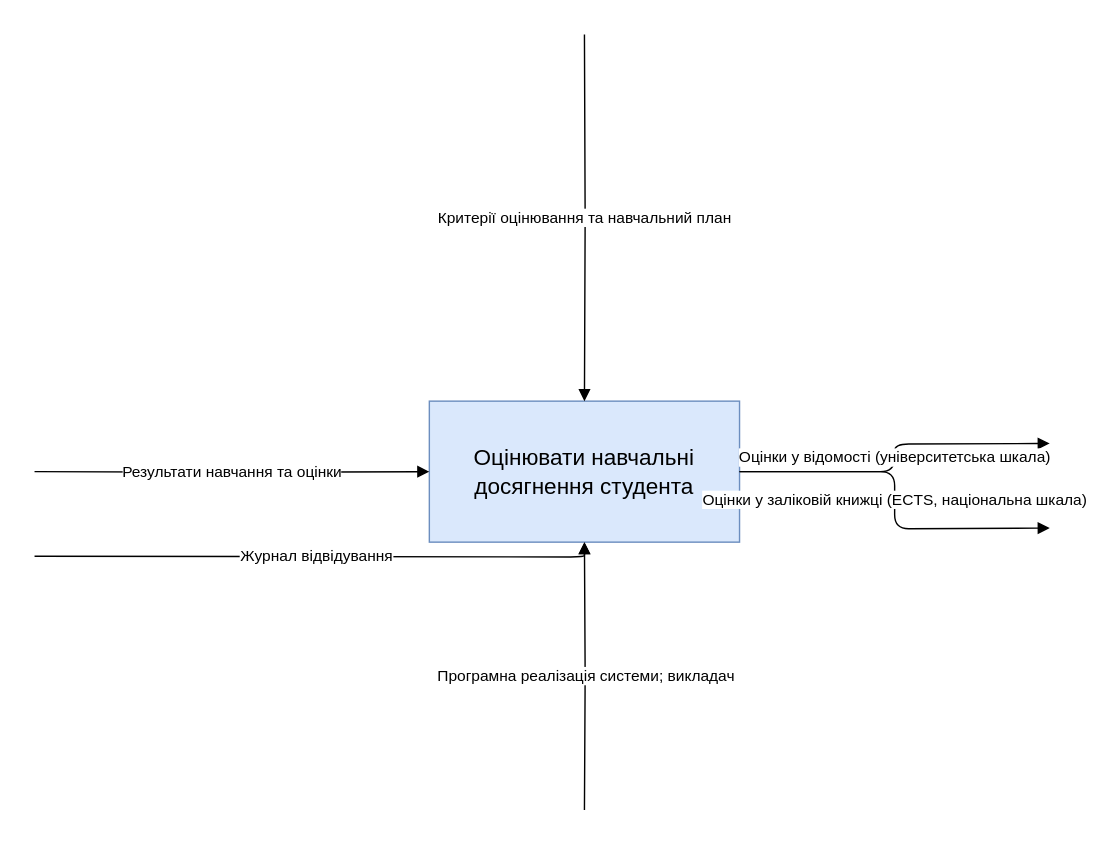
Earlier version of the draw.io diagram page "A-0 Контекстна діаграма" (1 of 4) of Lab1.drawio (MikeSydo/Development-and-Design-of-Information-Systems). Source tidied: cells renumbered, new cells numbered last; positions are measured from the earlier drawing's top-left corner, leaving out a move shared by most shapes. Both pictures are drawn from the tidied source at 141%, with x=0, y=0 at pixel (34, 34).
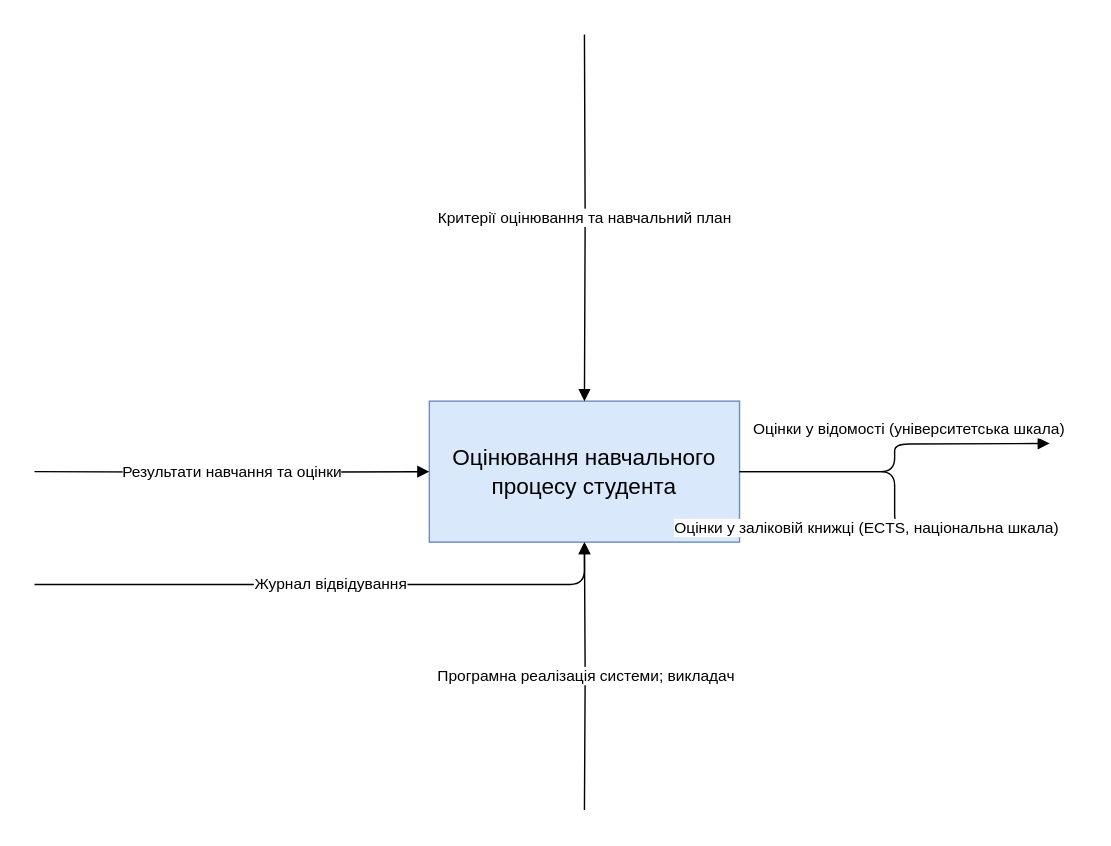
After the change.

Change to the diagram source:
```diff
@@
 <mxGraphModel>
   <root>
     <mxCell id="0" />
     <mxCell id="1" parent="0" />
-    <mxCell id="2" value="Оцінювати навчальні досягнення студента" style="rounded=0;whiteSpace=wrap;html=1;fillColor=#dae8fc;strokeColor=#6c8ebf;fontSize=16;" parent="1" vertex="1">
+    <mxCell id="2" value="Оцінювання навчального процесу студента" style="rounded=0;whiteSpace=wrap;html=1;fillColor=#dae8fc;strokeColor=#6c8ebf;fontSize=16;" parent="1" vertex="1">
       <mxGeometry x="280" y="260" width="220" height="100" as="geometry" />
     </mxCell>
     <mxCell id="3" value="Результати навчання та оцінки" style="edgeStyle=orthogonalEdgeStyle;html=1;endArrow=block;" parent="1" edge="1" target="2">
       <mxGeometry relative="1" as="geometry">
         <mxPoint y="310" as="sourcePoint" />
       </mxGeometry>
     </mxCell>
     <mxCell id="4" value="Журнал відвідування" style="edgeStyle=orthogonalEdgeStyle;html=1;endArrow=block;" parent="1" edge="1" target="2">
       <mxGeometry relative="1" as="geometry">
-        <mxPoint y="370" as="sourcePoint" />
+        <mxPoint y="390" as="sourcePoint" />
+        <Array as="points">
+          <mxPoint y="390" />
+          <mxPoint x="390" y="390" />
+        </Array>
       </mxGeometry>
     </mxCell>
     <mxCell id="5" value="Критерії оцінювання та навчальний план" style="edgeStyle=orthogonalEdgeStyle;html=1;endArrow=block;" parent="1" edge="1" target="2">
       <mxGeometry relative="1" as="geometry">
         <mxPoint x="390" as="sourcePoint" />
       </mxGeometry>
     </mxCell>
     <mxCell id="6" value="Програмна реалізація системи; викладач" style="edgeStyle=orthogonalEdgeStyle;html=1;endArrow=block;" parent="1" edge="1" target="2">
       <mxGeometry relative="1" as="geometry">
         <mxPoint x="390" y="550" as="sourcePoint" />
       </mxGeometry>
     </mxCell>
     <mxCell id="7" value="Оцінки у відомості (університетська шкала)" style="edgeStyle=orthogonalEdgeStyle;html=1;endArrow=block;" parent="1" edge="1" source="2">
-      <mxGeometry relative="1" as="geometry">
+      <mxGeometry x="0.17" y="10" relative="1" as="geometry">
         <mxPoint x="720" y="290" as="targetPoint" />
       </mxGeometry>
     </mxCell>
     <mxCell id="8" value="Оцінки у заліковій книжці (ECTS, національна шкала)" style="edgeStyle=orthogonalEdgeStyle;html=1;endArrow=block;" parent="1" edge="1" source="2">
-      <mxGeometry relative="1" as="geometry">
+      <mxGeometry x="0.15" y="-20" relative="1" as="geometry">
         <mxPoint x="720" y="350" as="targetPoint" />
       </mxGeometry>
     </mxCell>
   </root>
 </mxGraphModel>
```
